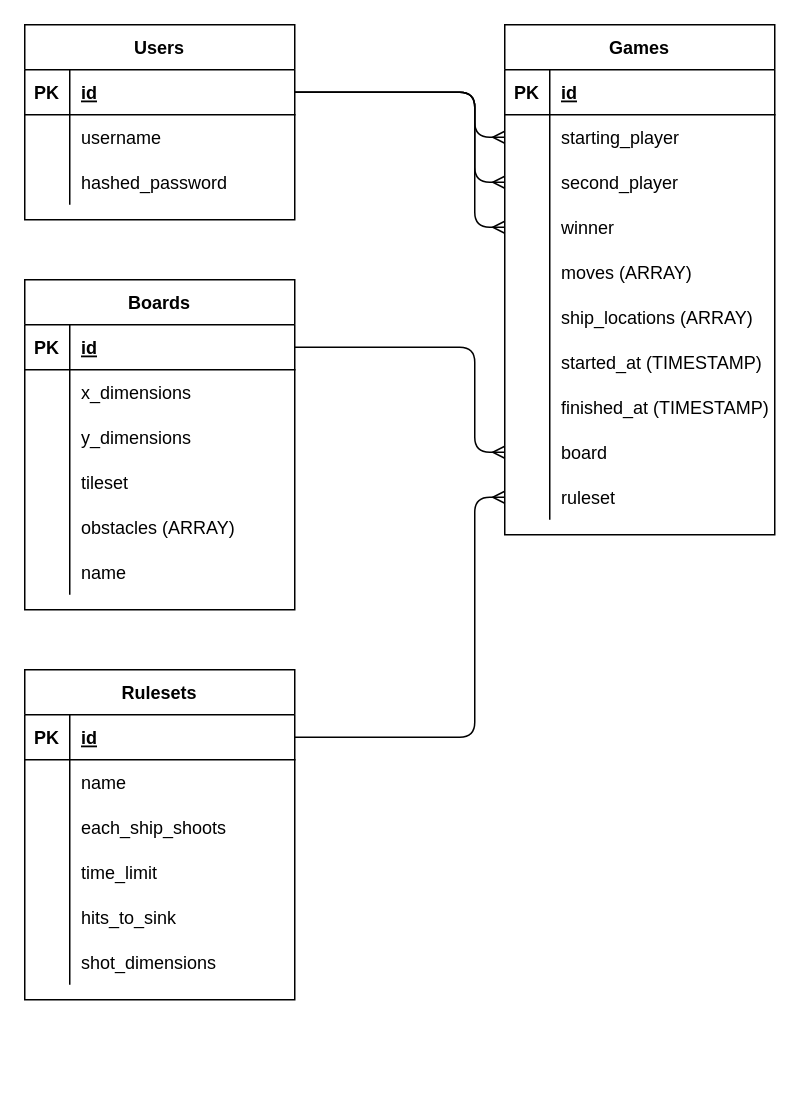
This is planning/erd.drawio from itspladd/react-3d-battleship, a draw.io file, before an edit. Source tidied: cells renumbered, new cells numbered last; positions are measured from the earlier drawing's top-left corner, leaving out a move shared by most shapes. Both pictures are drawn from the tidied source at 150%, with x=0, y=0 at pixel (24, 24).
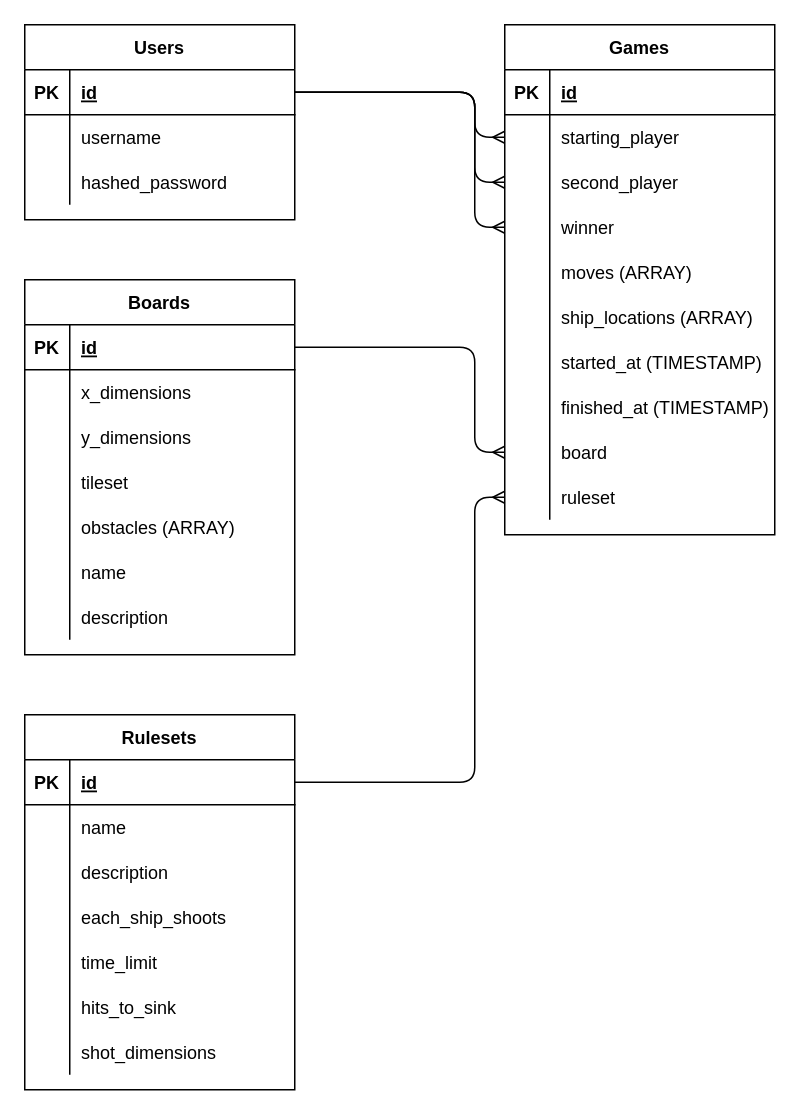
The same diagram, later.

Commit message (it also covers changes not shown here):
Add routes and update erd

Change to the diagram source:
```diff
@@
     <mxCell id="46" value="Boards" style="shape=table;startSize=30;childLayout=tableLayout;rowLines=0;fontStyle=1;align=center;" parent="1" vertex="1">
-      <mxGeometry y="170" width="180" height="220" as="geometry" />
+      <mxGeometry y="170" width="180" height="250" as="geometry" />
     </mxCell>
@@
+    <mxCell id="86" style="shape=partialRectangle;fillColor=none;top=0;left=0;bottom=0;right=0;" parent="46" vertex="1">
+      <mxGeometry y="210" width="180" height="30" as="geometry" />
+    </mxCell>
+    <mxCell id="87" style="shape=partialRectangle;fillColor=none;top=0;left=0;bottom=0;right=0;overflow=hidden;" parent="86" vertex="1">
+      <mxGeometry width="30" height="30" as="geometry" />
+    </mxCell>
+    <mxCell id="88" value="description" style="shape=partialRectangle;fillColor=none;top=0;left=0;bottom=0;right=0;align=left;spacingLeft=6;overflow=hidden;" parent="86" vertex="1">
+      <mxGeometry x="30" width="150" height="30" as="geometry" />
+    </mxCell>
@@
     <mxCell id="66" value="Rulesets" style="shape=table;startSize=30;childLayout=tableLayout;rowLines=0;fontStyle=1;align=center;" parent="1" vertex="1">
-      <mxGeometry y="430" width="180" height="220" as="geometry" />
+      <mxGeometry y="460" width="180" height="250" as="geometry" />
     </mxCell>
@@
+    <mxCell id="89" style="shape=partialRectangle;fillColor=none;top=0;left=0;bottom=0;right=0;" parent="66" vertex="1">
+      <mxGeometry y="90" width="180" height="30" as="geometry" />
+    </mxCell>
+    <mxCell id="90" style="shape=partialRectangle;fillColor=none;top=0;left=0;bottom=0;right=0;overflow=hidden;" parent="89" vertex="1">
+      <mxGeometry width="30" height="30" as="geometry" />
+    </mxCell>
+    <mxCell id="91" value="description" style="shape=partialRectangle;fillColor=none;top=0;left=0;bottom=0;right=0;align=left;spacingLeft=6;overflow=hidden;" parent="89" vertex="1">
+      <mxGeometry x="30" width="150" height="30" as="geometry" />
+    </mxCell>
     <mxCell id="73" style="shape=partialRectangle;fillColor=none;top=0;left=0;bottom=0;right=0;" parent="66" vertex="1">
-      <mxGeometry y="90" width="180" height="30" as="geometry" />
+      <mxGeometry y="120" width="180" height="30" as="geometry" />
     </mxCell>
@@
     <mxCell id="76" style="shape=partialRectangle;fillColor=none;top=0;left=0;bottom=0;right=0;" parent="66" vertex="1">
-      <mxGeometry y="120" width="180" height="30" as="geometry" />
+      <mxGeometry y="150" width="180" height="30" as="geometry" />
     </mxCell>
@@
     <mxCell id="79" style="shape=partialRectangle;fillColor=none;top=0;left=0;bottom=0;right=0;" parent="66" vertex="1">
-      <mxGeometry y="150" width="180" height="30" as="geometry" />
+      <mxGeometry y="180" width="180" height="30" as="geometry" />
     </mxCell>
@@
     <mxCell id="82" style="shape=partialRectangle;fillColor=none;top=0;left=0;bottom=0;right=0;" parent="66" vertex="1">
-      <mxGeometry y="180" width="180" height="30" as="geometry" />
+      <mxGeometry y="210" width="180" height="30" as="geometry" />
     </mxCell>
```
